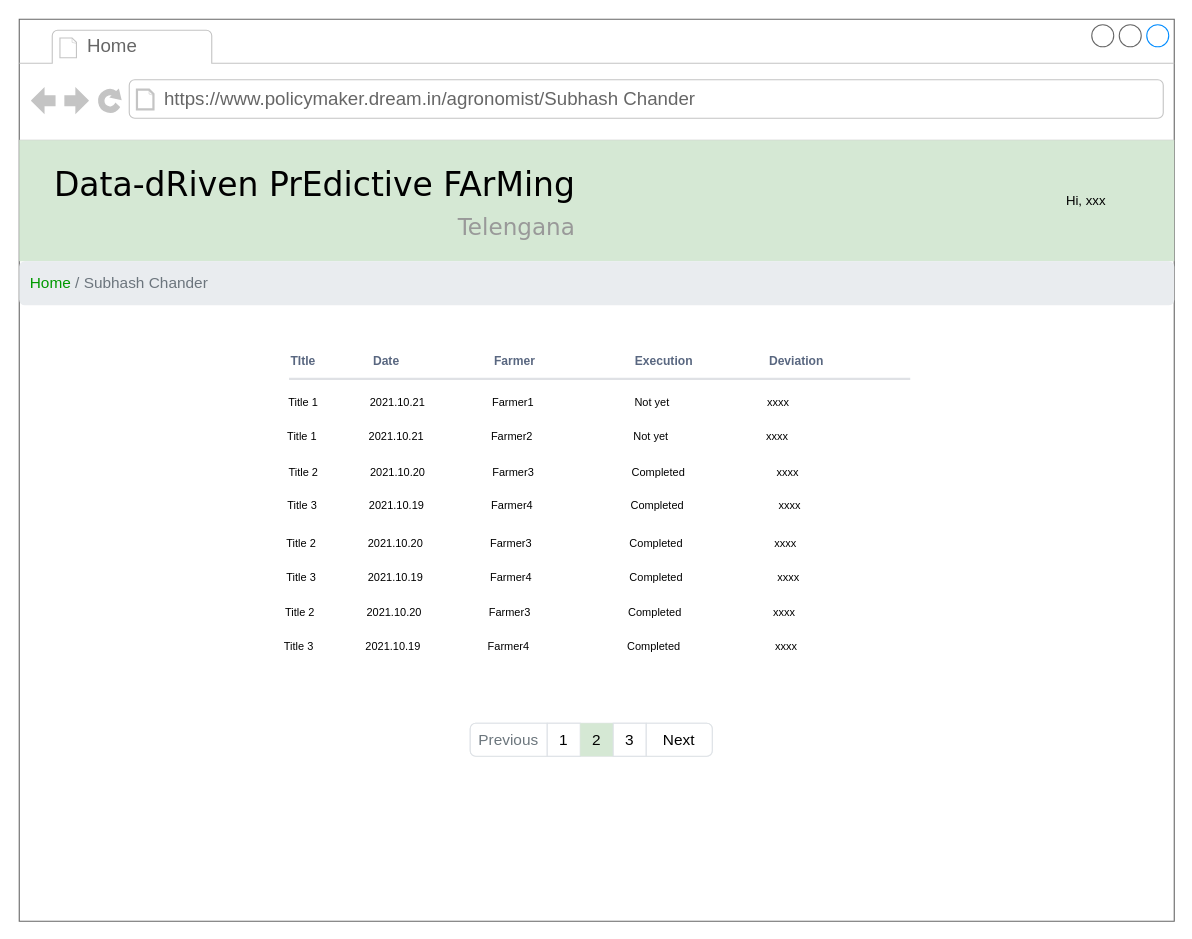
Before: page "pm-daily plan list" (11 of 12) of RASD/diagrams/User Interface.drawio in ictar/DREAM-SE2-Project-2022, a draw.io diagram. Source tidied: cells renumbered, new cells numbered last; positions are measured from the earlier drawing's top-left corner, leaving out a move shared by most shapes. Both pictures are drawn from the tidied source at 110%, with x=0, y=0 at pixel (19, 19).
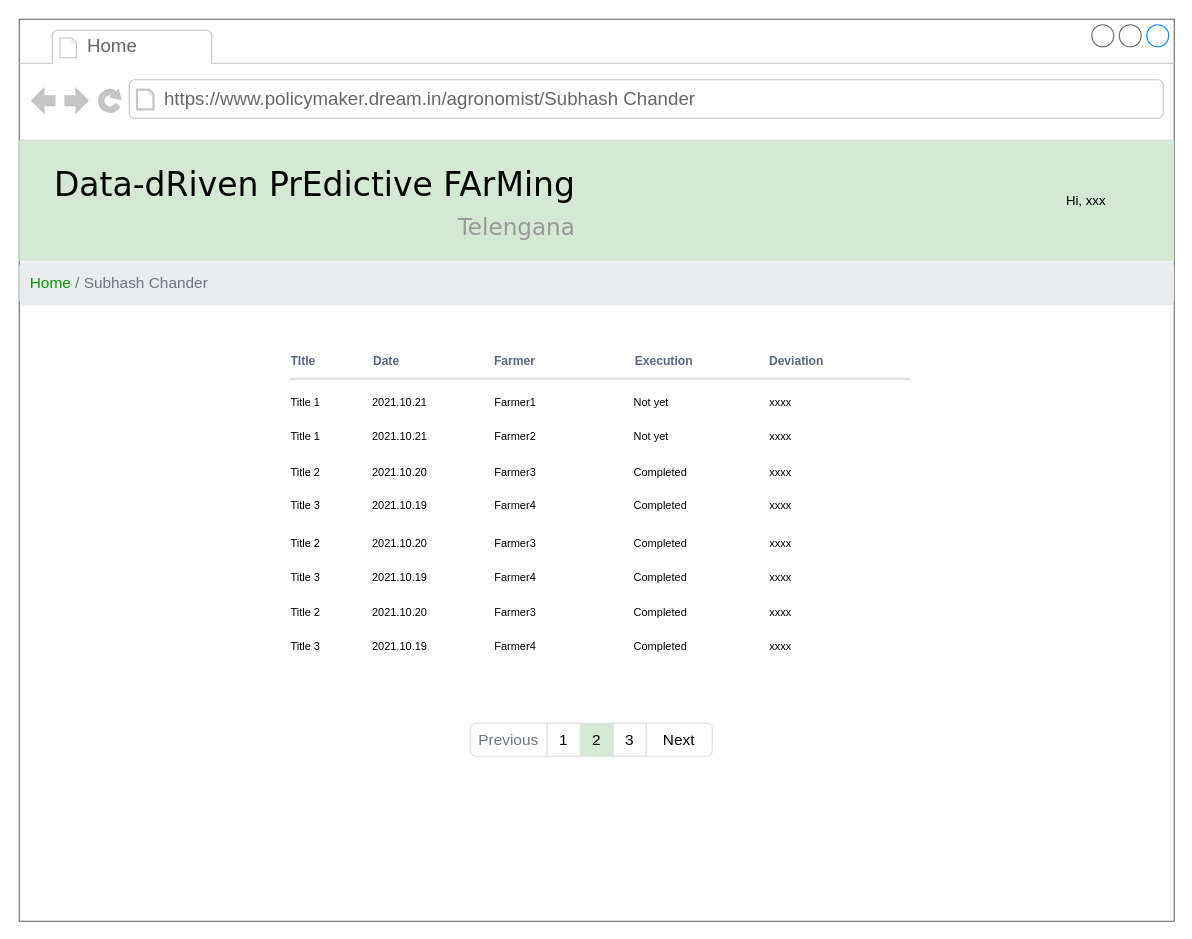
After the change.

Unchanged cells that the change refers to:
```xml
<mxCell id="2" style="strokeWidth=1;shadow=0;dashed=0;align=center;html=1;shape=mxgraph.mockup.containers.browserWindow;rSize=0;strokeColor=none;mainText=,;rounded=0;labelBackgroundColor=none;fontFamily=Verdana;fontSize=12;" parent="1" vertex="1">
  <mxGeometry width="1050" height="820" as="geometry" />
</mxCell>
```

Diff of the diagram source:
```diff
@@
-    <mxCell id="14" value="Title 1                 2021.10.21                      Farmer2                                 Not yet                                xxxx  " style="text;strokeColor=none;fillColor=none;align=left;verticalAlign=middle;spacingLeft=4;spacingRight=4;overflow=hidden;fontSize=10;fontColor=#000000;" parent="2" vertex="1">
-      <mxGeometry x="238" y="363" width="570" height="32.2" as="geometry" />
+    <mxCell id="14" value="Title 1                 2021.10.21                      Farmer2                                Not yet                                 xxxx  " style="text;strokeColor=none;fillColor=none;align=left;verticalAlign=middle;spacingLeft=4;spacingRight=4;overflow=hidden;fontSize=10;fontColor=#000000;" parent="2" vertex="1">
+      <mxGeometry x="241" y="363" width="570" height="32.2" as="geometry" />
     </mxCell>
@@
     <mxCell id="17" value="TItle" style="html=1;fillColor=none;strokeColor=none;fontSize=11;align=left;fontColor=#596780;fontStyle=1;whiteSpace=wrap;" parent="2" vertex="1">
-      <mxGeometry x="245.3" y="300" width="53.3" height="21.5" as="geometry" />
+      <mxGeometry x="245" y="300" width="53.3" height="21.5" as="geometry" />
     </mxCell>
-    <mxCell id="18" value="Title 1                 2021.10.21                      Farmer1                                 Not yet                                xxxx  " style="text;strokeColor=none;fillColor=none;align=left;verticalAlign=middle;spacingLeft=4;spacingRight=4;overflow=hidden;fontSize=10;fontColor=#000000;" parent="2" vertex="1">
-      <mxGeometry x="239" y="332.2" width="570" height="32.2" as="geometry" />
+    <mxCell id="18" value="Title 1                 2021.10.21                      Farmer1                                Not yet                                 xxxx  " style="text;strokeColor=none;fillColor=none;align=left;verticalAlign=middle;spacingLeft=4;spacingRight=4;overflow=hidden;fontSize=10;fontColor=#000000;" parent="2" vertex="1">
+      <mxGeometry x="241" y="332.2" width="570" height="32.2" as="geometry" />
     </mxCell>
-    <mxCell id="19" value="Title 3                 2021.10.19                      Farmer4                                Completed                               xxxx  " style="text;strokeColor=none;fillColor=none;align=left;verticalAlign=middle;spacingLeft=4;spacingRight=4;overflow=hidden;fontSize=10;fontColor=#000000;" parent="2" vertex="1">
-      <mxGeometry x="238.2" y="426" width="570" height="32.2" as="geometry" />
+    <mxCell id="19" value="Title 3                 2021.10.19                      Farmer4                                Completed                           xxxx  " style="text;strokeColor=none;fillColor=none;align=left;verticalAlign=middle;spacingLeft=4;spacingRight=4;overflow=hidden;fontSize=10;fontColor=#000000;" parent="2" vertex="1">
+      <mxGeometry x="241" y="426" width="570" height="32.2" as="geometry" />
     </mxCell>
-    <mxCell id="20" value="Title 2                 2021.10.20                      Farmer3                                Completed                              xxxx  " style="text;strokeColor=none;fillColor=none;align=left;verticalAlign=middle;spacingLeft=4;spacingRight=4;overflow=hidden;fontSize=10;fontColor=#000000;" parent="2" vertex="1">
-      <mxGeometry x="239.2" y="395.2" width="570" height="32.2" as="geometry" />
+    <mxCell id="20" value="Title 2                 2021.10.20                      Farmer3                                Completed                           xxxx  " style="text;strokeColor=none;fillColor=none;align=left;verticalAlign=middle;spacingLeft=4;spacingRight=4;overflow=hidden;fontSize=10;fontColor=#000000;" parent="2" vertex="1">
+      <mxGeometry x="241" y="395.2" width="570" height="32.2" as="geometry" />
     </mxCell>
-    <mxCell id="21" value="Title 3                 2021.10.19                      Farmer4                                Completed                               xxxx  " style="text;strokeColor=none;fillColor=none;align=left;verticalAlign=middle;spacingLeft=4;spacingRight=4;overflow=hidden;fontSize=10;fontColor=#000000;" parent="2" vertex="1">
-      <mxGeometry x="237.2" y="490.8" width="570" height="32.2" as="geometry" />
+    <mxCell id="21" value="Title 3                 2021.10.19                      Farmer4                                Completed                           xxxx  " style="text;strokeColor=none;fillColor=none;align=left;verticalAlign=middle;spacingLeft=4;spacingRight=4;overflow=hidden;fontSize=10;fontColor=#000000;" parent="2" vertex="1">
+      <mxGeometry x="241" y="490.8" width="570" height="32.2" as="geometry" />
     </mxCell>
-    <mxCell id="22" value="Title 2                 2021.10.20                      Farmer3                                Completed                              xxxx  " style="text;strokeColor=none;fillColor=none;align=left;verticalAlign=middle;spacingLeft=4;spacingRight=4;overflow=hidden;fontSize=10;fontColor=#000000;" parent="2" vertex="1">
-      <mxGeometry x="237.2" y="460" width="570" height="32.2" as="geometry" />
+    <mxCell id="22" value="Title 2                 2021.10.20                      Farmer3                                Completed                           xxxx  " style="text;strokeColor=none;fillColor=none;align=left;verticalAlign=middle;spacingLeft=4;spacingRight=4;overflow=hidden;fontSize=10;fontColor=#000000;" parent="2" vertex="1">
+      <mxGeometry x="241" y="460" width="570" height="32.2" as="geometry" />
     </mxCell>
-    <mxCell id="23" value="Title 3                 2021.10.19                      Farmer4                                Completed                               xxxx  " style="text;strokeColor=none;fillColor=none;align=left;verticalAlign=middle;spacingLeft=4;spacingRight=4;overflow=hidden;fontSize=10;fontColor=#000000;" parent="2" vertex="1">
-      <mxGeometry x="235" y="553.8" width="570" height="32.2" as="geometry" />
+    <mxCell id="23" value="Title 3                 2021.10.19                      Farmer4                                Completed                           xxxx  " style="text;strokeColor=none;fillColor=none;align=left;verticalAlign=middle;spacingLeft=4;spacingRight=4;overflow=hidden;fontSize=10;fontColor=#000000;" parent="2" vertex="1">
+      <mxGeometry x="241" y="553.8" width="570" height="32.2" as="geometry" />
     </mxCell>
-    <mxCell id="24" value="Title 2                 2021.10.20                      Farmer3                                Completed                              xxxx  " style="text;strokeColor=none;fillColor=none;align=left;verticalAlign=middle;spacingLeft=4;spacingRight=4;overflow=hidden;fontSize=10;fontColor=#000000;" parent="2" vertex="1">
-      <mxGeometry x="236" y="523" width="570" height="32.2" as="geometry" />
+    <mxCell id="24" value="Title 2                 2021.10.20                      Farmer3                                Completed                           xxxx  " style="text;strokeColor=none;fillColor=none;align=left;verticalAlign=middle;spacingLeft=4;spacingRight=4;overflow=hidden;fontSize=10;fontColor=#000000;" parent="2" vertex="1">
+      <mxGeometry x="241" y="523" width="570" height="32.2" as="geometry" />
     </mxCell>
```
